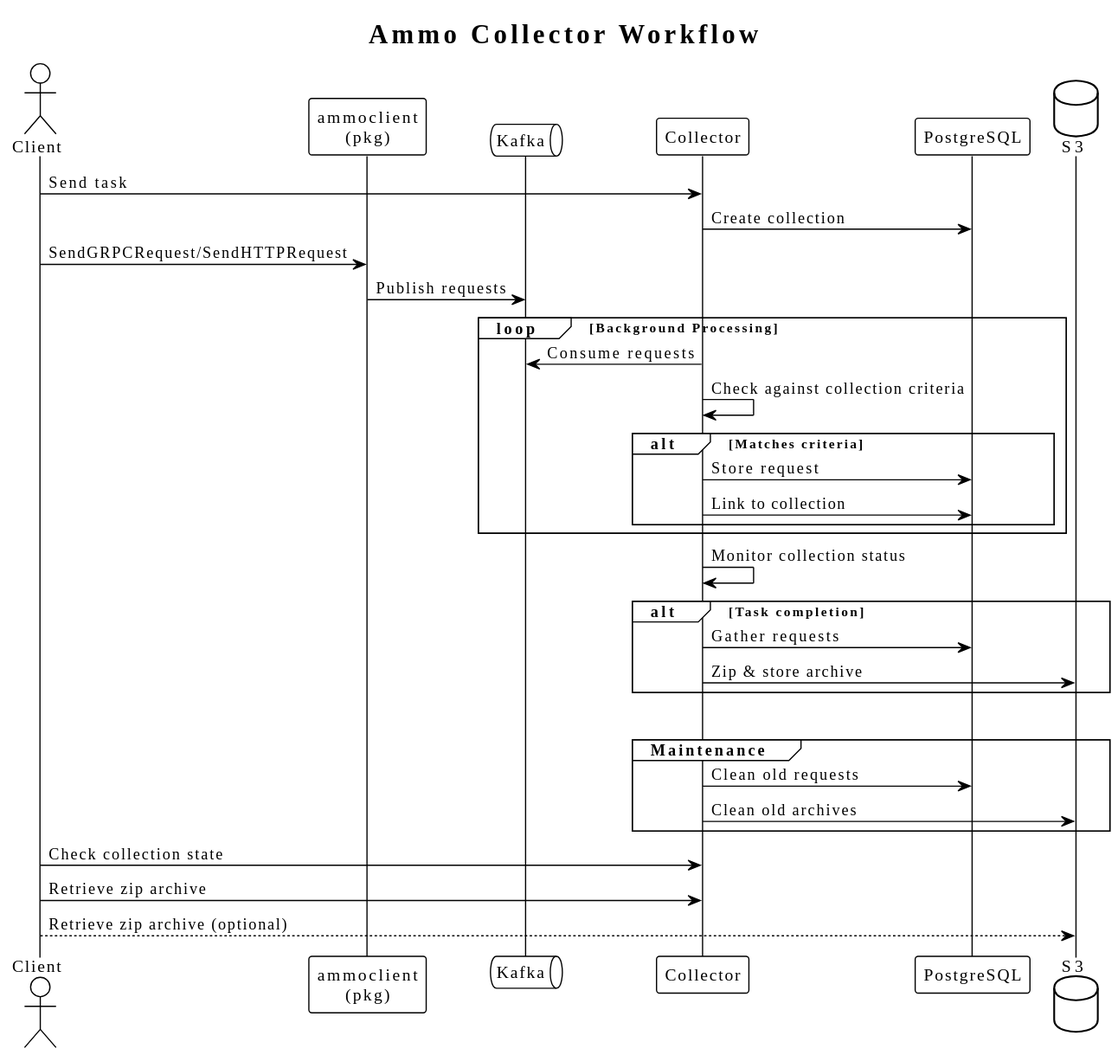
The PlantUML diagram docs/service-flow.svg in n-r-w/collector, before a commit. Source of this version:
```plantuml
@startuml
!theme plain

title Ammo Collector Workflow

actor Client
Client -> Collector: Send task

Collector -> PostgreSQL: Create collection

participant AmmoClient as "ammoclient\n(pkg)"
queue Kafka
participant "Ammo Collector" as Collector
database PostgreSQL
database S3

Client -> AmmoClient: SendGRPCRequest/SendHTTPRequest
AmmoClient -> Kafka: Publish requests

loop Background Processing
  Collector -> Kafka: Consume requests
  Collector -> Collector: Check against collection criteria

  alt Matches criteria
    Collector -> PostgreSQL: Store request
    Collector -> PostgreSQL: Link to collection
  end
end

Collector -> Collector: Monitor collection status

alt Task completion
  Collector -> PostgreSQL: Gather requests
  Collector -> S3: Zip & store archive
end

|||

group Maintenance
  Collector -> PostgreSQL: Clean old requests
  Collector -> S3: Clean old archives
end

Client -> Collector: Check collection state
Client -> Collector: Retrieve zip archive
Client --> S3: Retrieve zip archive (optional)
@enduml
```
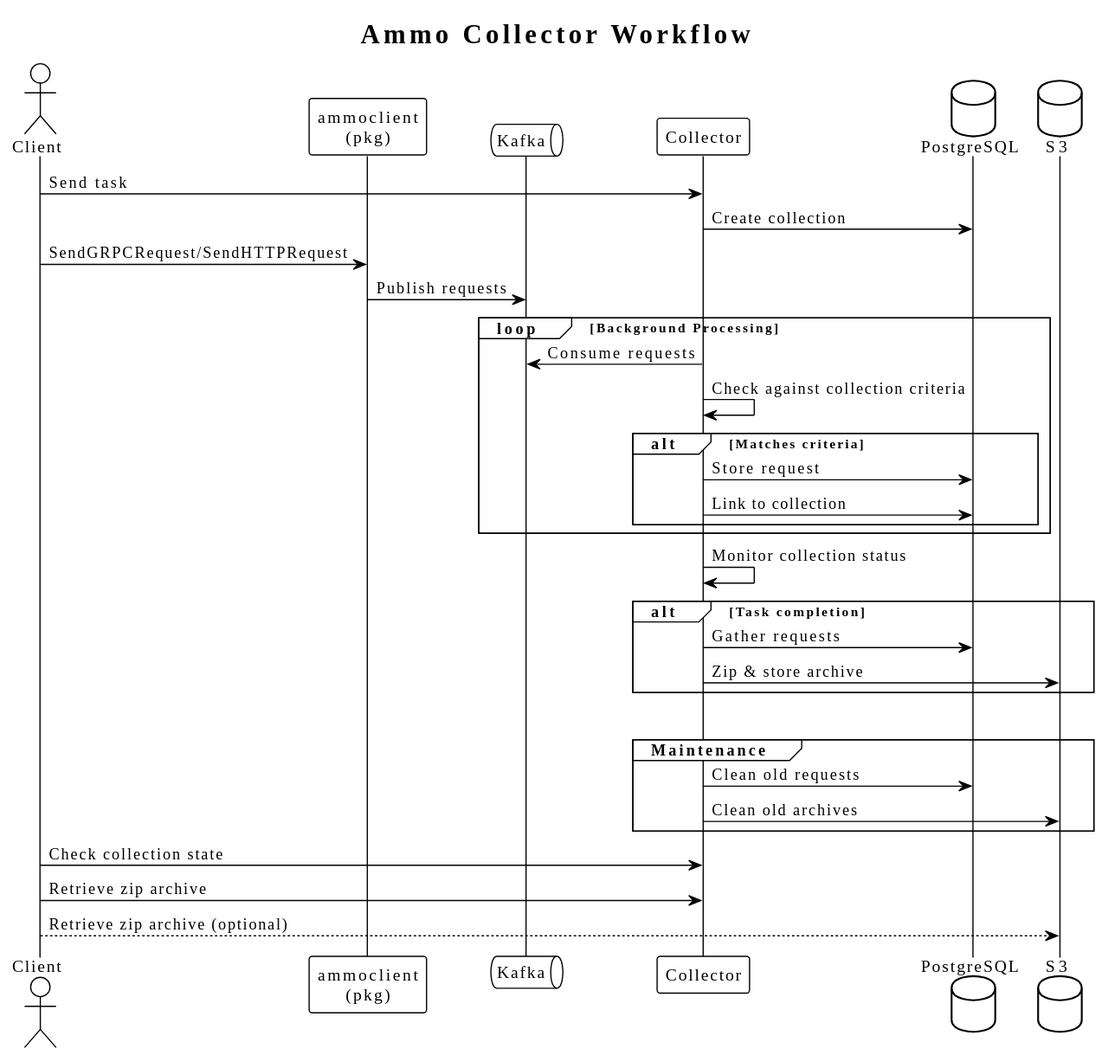
After the change.

Change to the diagram source:
```diff
@@ -6,13 +6,13 @@
 actor Client
 Client -> Collector: Send task
 
-Collector -> PostgreSQL: Create collection
-
 participant AmmoClient as "ammoclient\n(pkg)"
 queue Kafka
 participant "Ammo Collector" as Collector
 database PostgreSQL
 database S3
+
+Collector -> PostgreSQL: Create collection
 
 Client -> AmmoClient: SendGRPCRequest/SendHTTPRequest
 AmmoClient -> Kafka: Publish requests
```
